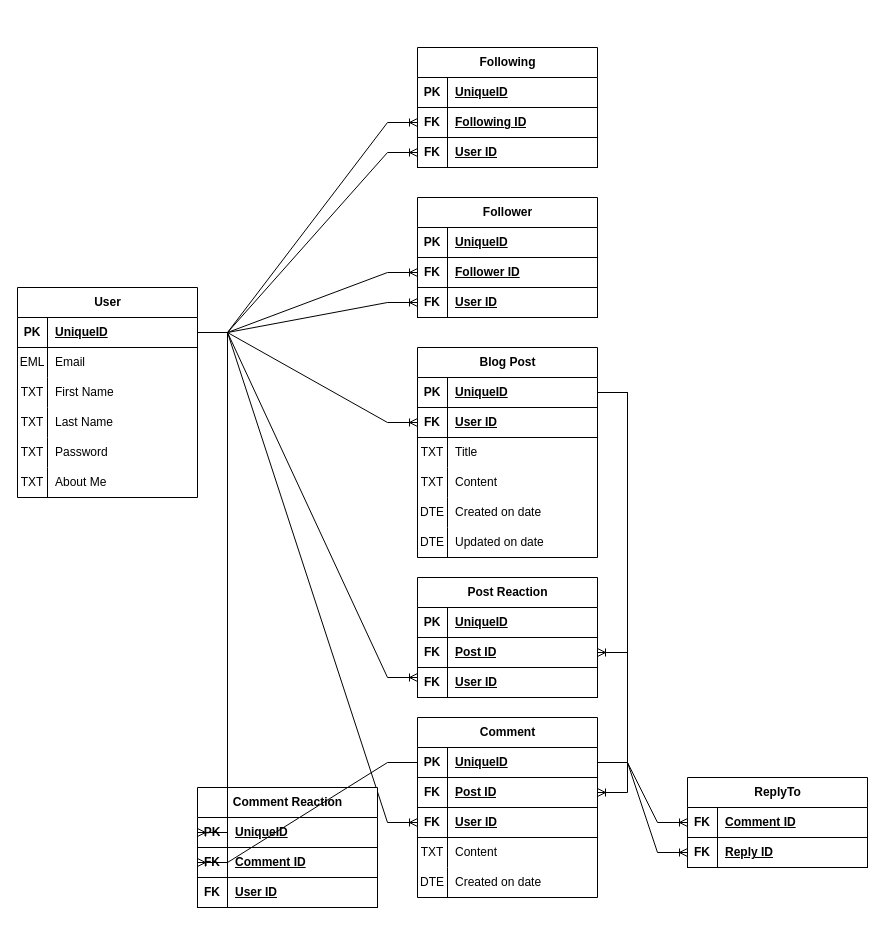
This is database-diagram.drawio from kurealnum/noai-blog, a draw.io file, before an edit. Source tidied: cells renumbered, new cells numbered last; positions are measured from the earlier drawing's top-left corner, leaving out a move shared by most shapes. Both pictures are drawn from the tidied source at 100%, with x=0, y=0 at pixel (17, 47).
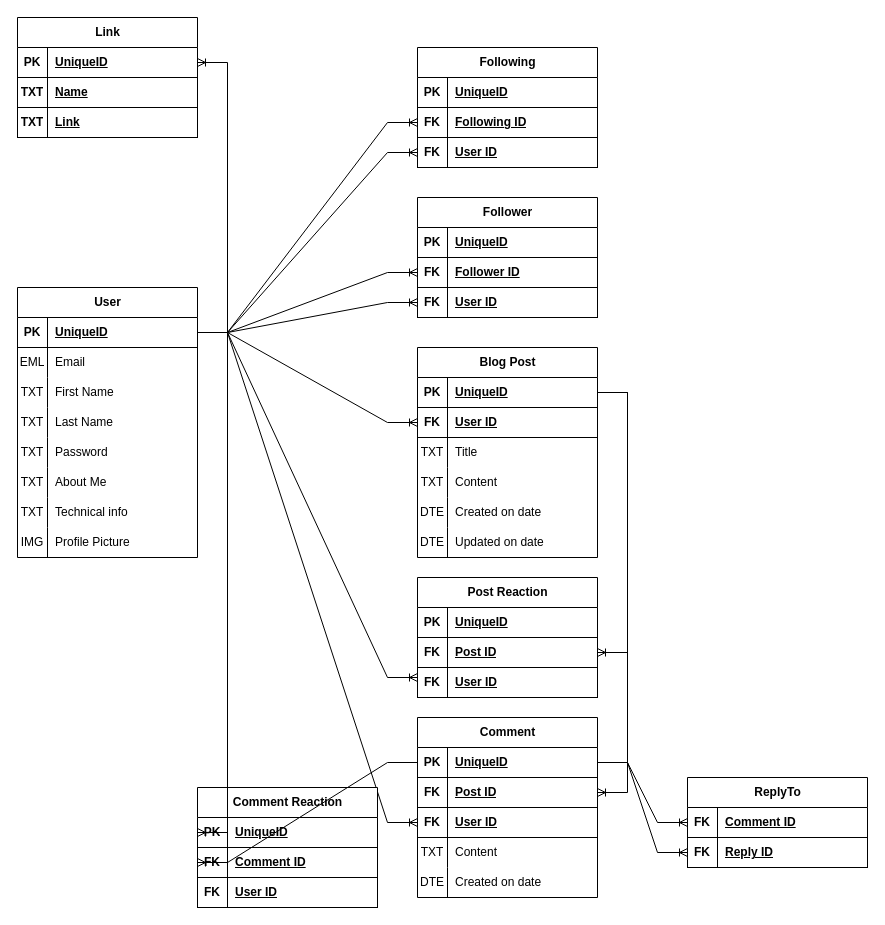
The same page after the edit.

Commit message (it also covers changes not shown here):
Updated database diagram

Unchanged cells that the change refers to:
```xml
<mxCell id="3" style="shape=tableRow;horizontal=0;startSize=0;swimlaneHead=0;swimlaneBody=0;fillColor=none;points=[[0,0.5],[1,0.5]];portConstraint=eastwest;top=0;left=0;right=0;bottom=1;" parent="2" vertex="1">
  <mxGeometry y="30" width="180" height="30" as="geometry" />
</mxCell>
```

What changed in the source:
```diff
@@
     <mxCell id="2" value="User" style="shape=table;startSize=30;childLayout=tableLayout;rowLines=0;fontStyle=1;align=center;html=1;" parent="1" vertex="1">
-      <mxGeometry y="240" width="180" height="210" as="geometry" />
+      <mxGeometry y="240" width="180" height="270" as="geometry" />
     </mxCell>
@@
+    <mxCell id="116" style="shape=tableRow;horizontal=0;startSize=0;swimlaneHead=0;swimlaneBody=0;fillColor=none;top=0;left=0;right=0;bottom=0;" parent="2" vertex="1">
+      <mxGeometry y="210" width="180" height="30" as="geometry" />
+    </mxCell>
+    <mxCell id="117" value="TXT" style="shape=partialRectangle;fillColor=none;top=0;left=0;bottom=0;right=0;overflow=hidden;whiteSpace=wrap;html=1;" parent="116" vertex="1">
+      <mxGeometry width="30" height="30" as="geometry" />
+    </mxCell>
+    <mxCell id="118" value="Technical info" style="shape=partialRectangle;fillColor=none;top=0;left=0;bottom=0;right=0;align=left;spacingLeft=6;overflow=hidden;whiteSpace=wrap;html=1;" parent="116" vertex="1">
+      <mxGeometry x="30" width="150" height="30" as="geometry" />
+    </mxCell>
+    <mxCell id="119" style="shape=tableRow;horizontal=0;startSize=0;swimlaneHead=0;swimlaneBody=0;fillColor=none;top=0;left=0;right=0;bottom=0;" parent="2" vertex="1">
+      <mxGeometry y="240" width="180" height="30" as="geometry" />
+    </mxCell>
+    <mxCell id="120" value="IMG" style="shape=partialRectangle;fillColor=none;top=0;left=0;bottom=0;right=0;overflow=hidden;whiteSpace=wrap;html=1;" parent="119" vertex="1">
+      <mxGeometry width="30" height="30" as="geometry" />
+    </mxCell>
+    <mxCell id="121" value="Profile Picture" style="shape=partialRectangle;fillColor=none;top=0;left=0;bottom=0;right=0;align=left;spacingLeft=6;overflow=hidden;whiteSpace=wrap;html=1;" parent="119" vertex="1">
+      <mxGeometry x="30" width="150" height="30" as="geometry" />
+    </mxCell>
@@
+    <mxCell id="122" value="Link" style="shape=table;startSize=30;childLayout=tableLayout;rowLines=0;fontStyle=1;align=center;html=1;" parent="1" vertex="1">
+      <mxGeometry y="-30" width="180" height="120" as="geometry" />
+    </mxCell>
+    <mxCell id="123" style="shape=tableRow;horizontal=0;startSize=0;swimlaneHead=0;swimlaneBody=0;fillColor=none;points=[[0,0.5],[1,0.5]];portConstraint=eastwest;top=0;left=0;right=0;bottom=1;" parent="122" vertex="1">
+      <mxGeometry y="30" width="180" height="30" as="geometry" />
+    </mxCell>
+    <mxCell id="124" value="PK" style="shape=partialRectangle;fillColor=none;top=0;left=0;bottom=0;right=0;fontStyle=1;overflow=hidden;whiteSpace=wrap;html=1;" parent="123" vertex="1">
+      <mxGeometry width="30" height="30" as="geometry" />
+    </mxCell>
+    <mxCell id="125" value="UniqueID" style="shape=partialRectangle;fillColor=none;top=0;left=0;bottom=0;right=0;align=left;spacingLeft=6;fontStyle=5;overflow=hidden;whiteSpace=wrap;html=1;" parent="123" vertex="1">
+      <mxGeometry x="30" width="150" height="30" as="geometry" />
+    </mxCell>
+    <mxCell id="126" style="shape=tableRow;horizontal=0;startSize=0;swimlaneHead=0;swimlaneBody=0;fillColor=none;top=0;left=0;right=0;bottom=1;" parent="122" vertex="1">
+      <mxGeometry y="60" width="180" height="30" as="geometry" />
+    </mxCell>
+    <mxCell id="127" value="TXT" style="shape=partialRectangle;fillColor=none;top=0;left=0;bottom=0;right=0;fontStyle=1;overflow=hidden;whiteSpace=wrap;html=1;" parent="126" vertex="1">
+      <mxGeometry width="30" height="30" as="geometry" />
+    </mxCell>
+    <mxCell id="128" value="Name" style="shape=partialRectangle;fillColor=none;top=0;left=0;bottom=0;right=0;align=left;spacingLeft=6;fontStyle=5;overflow=hidden;whiteSpace=wrap;html=1;" parent="126" vertex="1">
+      <mxGeometry x="30" width="150" height="30" as="geometry" />
+    </mxCell>
+    <mxCell id="129" style="shape=tableRow;horizontal=0;startSize=0;swimlaneHead=0;swimlaneBody=0;fillColor=none;top=0;left=0;right=0;bottom=1;" parent="122" vertex="1">
+      <mxGeometry y="90" width="180" height="30" as="geometry" />
+    </mxCell>
+    <mxCell id="130" value="TXT" style="shape=partialRectangle;fillColor=none;top=0;left=0;bottom=0;right=0;fontStyle=1;overflow=hidden;whiteSpace=wrap;html=1;" parent="129" vertex="1">
+      <mxGeometry width="30" height="30" as="geometry" />
+    </mxCell>
+    <mxCell id="131" value="Link" style="shape=partialRectangle;fillColor=none;top=0;left=0;bottom=0;right=0;align=left;spacingLeft=6;fontStyle=5;overflow=hidden;whiteSpace=wrap;html=1;" parent="129" vertex="1">
+      <mxGeometry x="30" width="150" height="30" as="geometry" />
+    </mxCell>
+    <mxCell id="132" style="edgeStyle=entityRelationEdgeStyle;fontSize=12;html=1;endArrow=ERoneToMany;rounded=0;exitX=1;exitY=0.5;exitDx=0;exitDy=0;entryX=1;entryY=0.5;entryDx=0;entryDy=0;" parent="1" edge="1" source="3" target="123">
+      <mxGeometry relative="1" as="geometry">
+        <Array as="points">
+          <mxPoint x="360" y="470" />
+          <mxPoint x="680" y="210" />
+        </Array>
+      </mxGeometry>
+    </mxCell>
```
